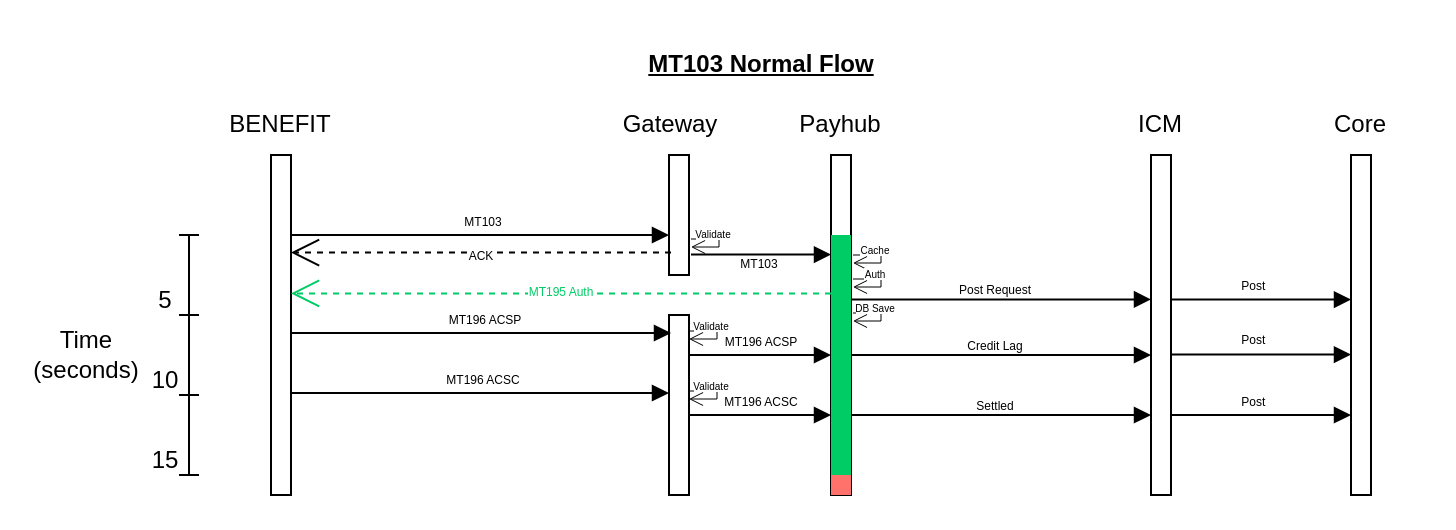
This is page "MT103" (4 of 8) of Aspire/AspireMain.drawio from zakk616/avanza-UMLs, a draw.io file, before an edit. Source tidied: cells renumbered, new cells numbered last; positions are measured from the earlier drawing's top-left corner, leaving out a move shared by most shapes. Both pictures are drawn from the tidied source at 200%, with x=0, y=0 at pixel (46, 34).
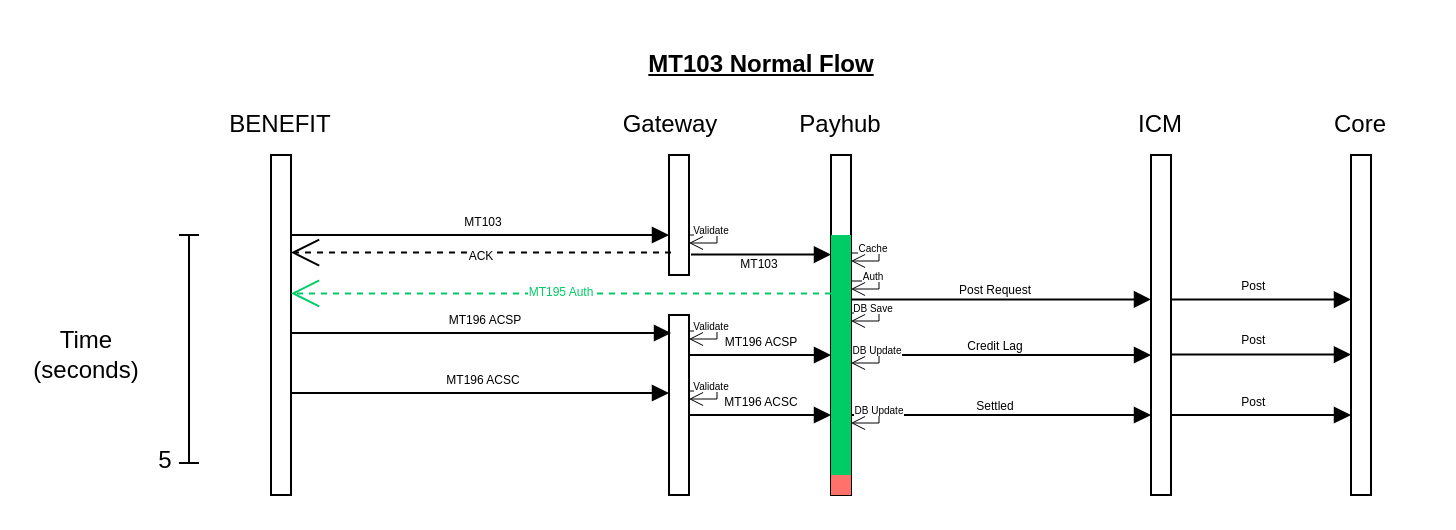
Above is the later version.

Change to the diagram source:
```diff
@@
     <mxCell id="23" style="shape=crossbar;whiteSpace=wrap;html=1;rounded=1;direction=south;" parent="1" vertex="1">
-      <mxGeometry x="66" y="100" width="10" height="40" as="geometry" />
+      <mxGeometry x="66" y="100" width="10" height="114" as="geometry" />
     </mxCell>
-    <mxCell id="24" style="shape=crossbar;whiteSpace=wrap;html=1;rounded=1;direction=south;" parent="1" vertex="1">
-      <mxGeometry x="66" y="140" width="10" height="40" as="geometry" />
-    </mxCell>
-    <mxCell id="25" style="shape=crossbar;whiteSpace=wrap;html=1;rounded=1;direction=south;" parent="1" vertex="1">
-      <mxGeometry x="66" y="180" width="10" height="40" as="geometry" />
-    </mxCell>
-    <mxCell id="26" value="5" style="text;html=1;strokeColor=none;fillColor=none;align=center;verticalAlign=middle;whiteSpace=wrap;rounded=0;" parent="1" vertex="1">
-      <mxGeometry x="47" y="125" width="25" height="15" as="geometry" />
-    </mxCell>
-    <mxCell id="27" value="10" style="text;html=1;strokeColor=none;fillColor=none;align=center;verticalAlign=middle;whiteSpace=wrap;rounded=0;" parent="1" vertex="1">
-      <mxGeometry x="47" y="165" width="25" height="15" as="geometry" />
-    </mxCell>
-    <mxCell id="28" value="15" style="text;html=1;strokeColor=none;fillColor=none;align=center;verticalAlign=middle;whiteSpace=wrap;rounded=0;" parent="1" vertex="1">
+    <mxCell id="28" value="5" style="text;html=1;strokeColor=none;fillColor=none;align=center;verticalAlign=middle;whiteSpace=wrap;rounded=0;" parent="1" vertex="1">
       <mxGeometry x="47" y="205" width="25" height="15" as="geometry" />
     </mxCell>
@@
     <mxCell id="32" style="endArrow=open;html=1;rounded=0;strokeWidth=0.5;endFill=0;" parent="1" edge="1">
       <mxGeometry relative="1" as="geometry">
-        <mxPoint x="322" y="102" as="sourcePoint" />
-        <mxPoint x="322" y="106" as="targetPoint" />
+        <mxPoint x="321" y="100" as="sourcePoint" />
+        <mxPoint x="321" y="104" as="targetPoint" />
         <Array as="points">
-          <mxPoint x="326" y="102" />
-          <mxPoint x="336" y="102" />
-          <mxPoint x="336" y="106" />
+          <mxPoint x="325" y="100" />
+          <mxPoint x="335" y="100" />
+          <mxPoint x="335" y="104" />
         </Array>
       </mxGeometry>
     </mxCell>
@@
     <mxCell id="35" style="endArrow=open;html=1;rounded=0;strokeWidth=0.5;endFill=0;" parent="1" edge="1">
       <mxGeometry relative="1" as="geometry">
-        <mxPoint x="403" y="110" as="sourcePoint" />
-        <mxPoint x="403" y="114" as="targetPoint" />
+        <mxPoint x="402" y="109" as="sourcePoint" />
+        <mxPoint x="402" y="113" as="targetPoint" />
         <Array as="points">
-          <mxPoint x="407" y="110" />
-          <mxPoint x="417" y="110" />
-          <mxPoint x="417" y="114" />
+          <mxPoint x="406" y="109" />
+          <mxPoint x="416" y="109" />
+          <mxPoint x="416" y="113" />
         </Array>
       </mxGeometry>
     </mxCell>
@@
     <mxCell id="37" style="endArrow=open;html=1;rounded=0;strokeWidth=0.5;endFill=0;" parent="1" edge="1">
       <mxGeometry relative="1" as="geometry">
-        <mxPoint x="403" y="122" as="sourcePoint" />
-        <mxPoint x="403" y="126" as="targetPoint" />
+        <mxPoint x="402" y="123" as="sourcePoint" />
+        <mxPoint x="402" y="127" as="targetPoint" />
         <Array as="points">
-          <mxPoint x="407" y="122" />
-          <mxPoint x="417" y="122" />
-          <mxPoint x="417" y="126" />
+          <mxPoint x="406" y="123" />
+          <mxPoint x="416" y="123" />
+          <mxPoint x="416" y="127" />
         </Array>
       </mxGeometry>
     </mxCell>
@@
     <mxCell id="39" style="endArrow=open;html=1;rounded=0;strokeWidth=0.5;endFill=0;" parent="1" edge="1">
       <mxGeometry relative="1" as="geometry">
-        <mxPoint x="403" y="139" as="sourcePoint" />
-        <mxPoint x="403" y="143" as="targetPoint" />
+        <mxPoint x="402" y="139" as="sourcePoint" />
+        <mxPoint x="402" y="143" as="targetPoint" />
         <Array as="points">
-          <mxPoint x="407" y="139" />
-          <mxPoint x="417" y="139" />
-          <mxPoint x="417" y="143" />
+          <mxPoint x="406" y="139" />
+          <mxPoint x="416" y="139" />
+          <mxPoint x="416" y="143" />
         </Array>
       </mxGeometry>
     </mxCell>
@@
+    <mxCell id="61" style="endArrow=open;html=1;rounded=0;strokeWidth=0.5;endFill=0;" parent="1" edge="1">
+      <mxGeometry relative="1" as="geometry">
+        <mxPoint x="402" y="160" as="sourcePoint" />
+        <mxPoint x="402" y="164" as="targetPoint" />
+        <Array as="points">
+          <mxPoint x="406" y="160" />
+          <mxPoint x="416" y="160" />
+          <mxPoint x="416" y="164" />
+        </Array>
+      </mxGeometry>
+    </mxCell>
+    <mxCell id="62" value="DB Update" style="edgeLabel;html=1;align=center;verticalAlign=middle;fontSize=5;" parent="61" vertex="1">
+      <mxGeometry x="-0.59" relative="1" as="geometry">
+        <mxPoint x="5" y="-4" as="offset" />
+      </mxGeometry>
+    </mxCell>
+    <mxCell id="63" style="endArrow=open;html=1;rounded=0;strokeWidth=0.5;endFill=0;" parent="1" edge="1">
+      <mxGeometry relative="1" as="geometry">
+        <mxPoint x="402" y="190" as="sourcePoint" />
+        <mxPoint x="402" y="194" as="targetPoint" />
+        <Array as="points">
+          <mxPoint x="406" y="190" />
+          <mxPoint x="416" y="190" />
+          <mxPoint x="416" y="194" />
+        </Array>
+      </mxGeometry>
+    </mxCell>
+    <mxCell id="64" value="DB Update" style="edgeLabel;html=1;align=center;verticalAlign=middle;fontSize=5;" parent="63" vertex="1">
+      <mxGeometry x="-0.59" relative="1" as="geometry">
+        <mxPoint x="6" y="-4" as="offset" />
+      </mxGeometry>
+    </mxCell>
```
